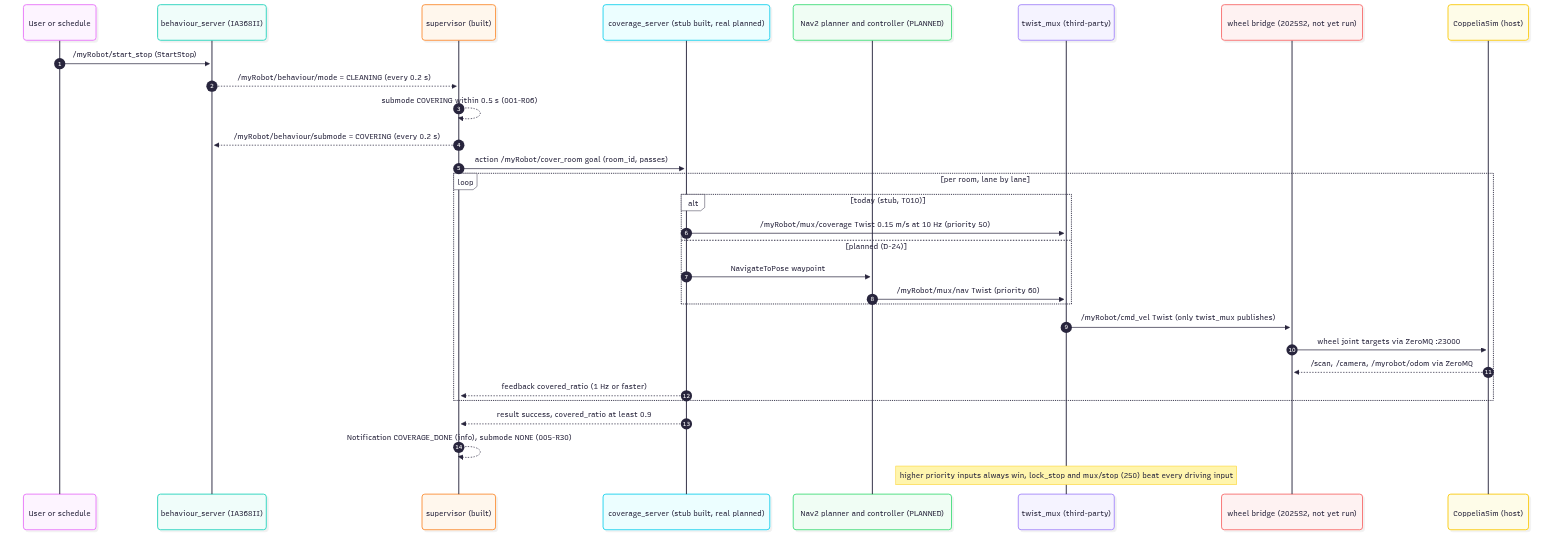
Above: docs/diagrams/render/built-so-far-seq2-mission.png in Rodolfodc/kuberostics (Mermaid), before the change. Its source is kept beside it as docs/diagrams/built-so-far-seq2-mission.mmd.
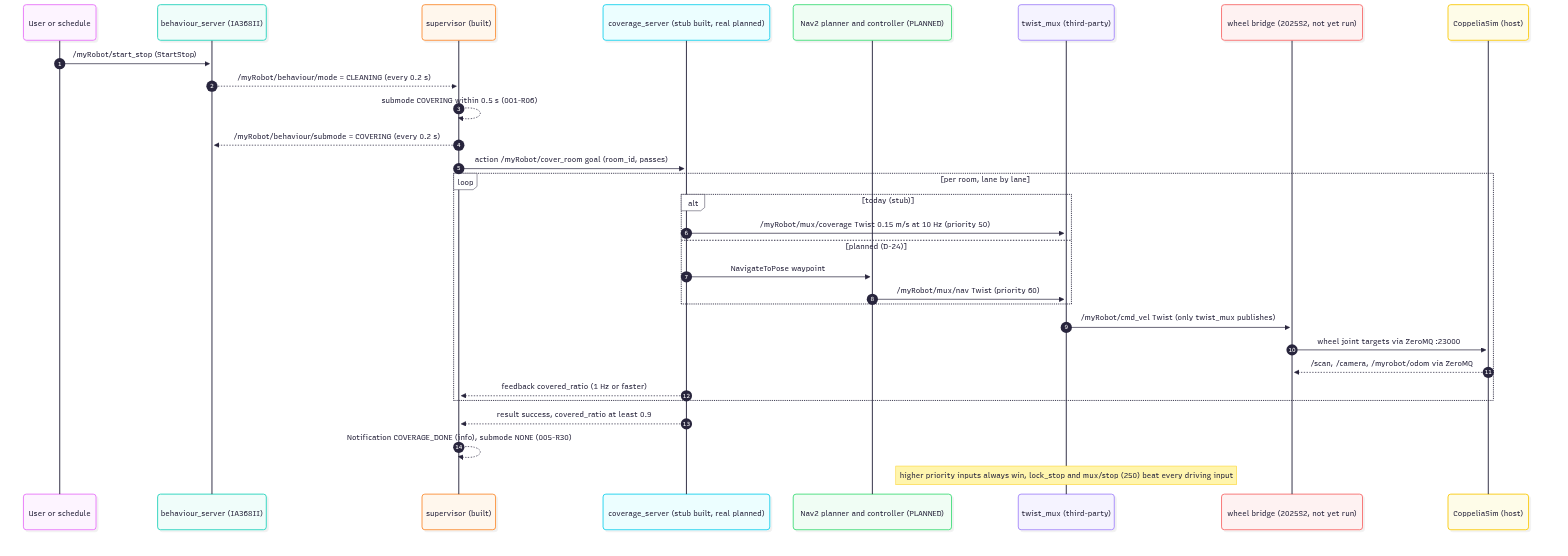
After the commit.

Diff of the diagram source:
```diff
@@ -15,7 +15,7 @@
   S-->>B: /myRobot/behaviour/submode = COVERING (every 0.2 s)
   S->>C: action /myRobot/cover_room goal (room_id, passes)
   loop per room, lane by lane
-    alt today (stub, T010)
+    alt today (stub)
       C->>M: /myRobot/mux/coverage Twist 0.15 m/s at 10 Hz (priority 50)
     else planned (D-24)
       C->>N: NavigateToPose waypoint
```
